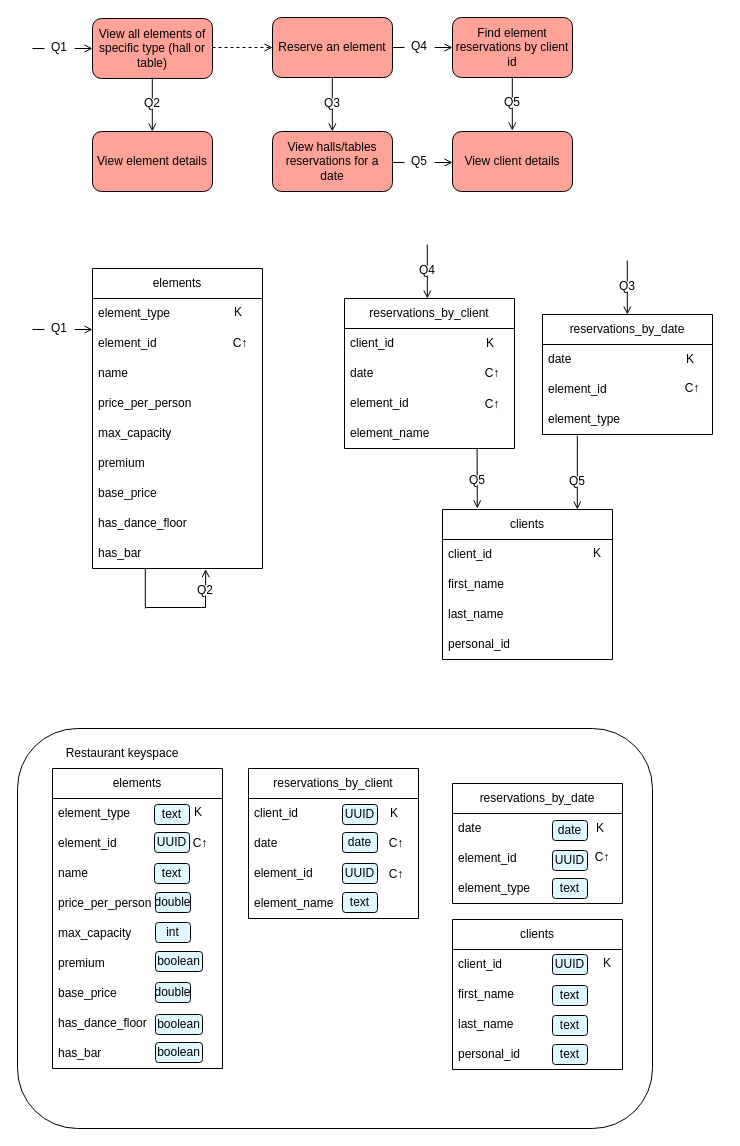
Before: cassandra-queries.drawio in MatrXIdzi/NBD-noSQL-Lab, a draw.io diagram. Source tidied: cells renumbered, new cells numbered last; positions are measured from the earlier drawing's top-left corner, leaving out a move shared by most shapes. Both pictures are drawn from the tidied source at 100%, with x=0, y=0 at pixel (17, 17).
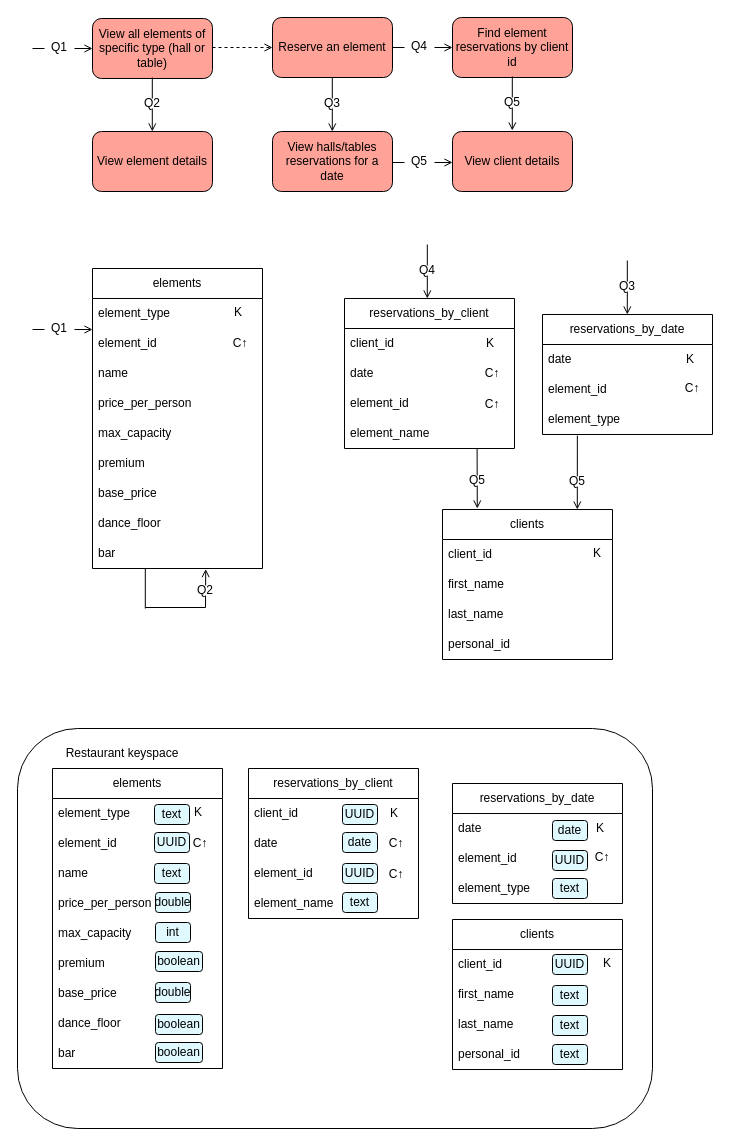
After the change.

The change refers to these unchanged cells:
```xml
<mxCell id="25" value="elements" style="swimlane;fontStyle=0;horizontal=1;startSize=30;whiteSpace=wrap;html=1;" parent="1" vertex="1">
  <mxGeometry x="75" y="251" width="170" height="300" as="geometry" />
</mxCell>
<mxCell id="69" value="elements" style="swimlane;fontStyle=0;horizontal=1;startSize=30;whiteSpace=wrap;html=1;" parent="1" vertex="1">
  <mxGeometry x="35" y="751" width="170" height="300" as="geometry" />
</mxCell>
```

Diff of the diagram source:
```diff
@@
-    <mxCell id="33" value="has_dance_floor" style="text;strokeColor=none;fillColor=none;align=left;verticalAlign=middle;spacingLeft=4;spacingRight=4;overflow=hidden;whiteSpace=wrap;html=1;" parent="25" vertex="1">
+    <mxCell id="33" value="dance_floor" style="text;strokeColor=none;fillColor=none;align=left;verticalAlign=middle;spacingLeft=4;spacingRight=4;overflow=hidden;whiteSpace=wrap;html=1;" parent="25" vertex="1">
       <mxGeometry y="240" width="170" height="30" as="geometry" />
     </mxCell>
-    <mxCell id="34" value="has_bar" style="text;strokeColor=none;fillColor=none;align=left;verticalAlign=middle;spacingLeft=4;spacingRight=4;overflow=hidden;whiteSpace=wrap;html=1;" parent="25" vertex="1">
+    <mxCell id="34" value="bar" style="text;strokeColor=none;fillColor=none;align=left;verticalAlign=middle;spacingLeft=4;spacingRight=4;overflow=hidden;whiteSpace=wrap;html=1;" parent="25" vertex="1">
       <mxGeometry y="270" width="170" height="30" as="geometry" />
     </mxCell>
@@
-    <mxCell id="77" value="has_dance_floor" style="text;strokeColor=none;fillColor=none;align=left;verticalAlign=middle;spacingLeft=4;spacingRight=4;overflow=hidden;whiteSpace=wrap;html=1;" parent="69" vertex="1">
+    <mxCell id="77" value="dance_floor" style="text;strokeColor=none;fillColor=none;align=left;verticalAlign=middle;spacingLeft=4;spacingRight=4;overflow=hidden;whiteSpace=wrap;html=1;" parent="69" vertex="1">
       <mxGeometry y="240" width="170" height="30" as="geometry" />
     </mxCell>
-    <mxCell id="78" value="has_bar" style="text;strokeColor=none;fillColor=none;align=left;verticalAlign=middle;spacingLeft=4;spacingRight=4;overflow=hidden;whiteSpace=wrap;html=1;" parent="69" vertex="1">
+    <mxCell id="78" value="bar" style="text;strokeColor=none;fillColor=none;align=left;verticalAlign=middle;spacingLeft=4;spacingRight=4;overflow=hidden;whiteSpace=wrap;html=1;" parent="69" vertex="1">
       <mxGeometry y="270" width="170" height="30" as="geometry" />
     </mxCell>
```
